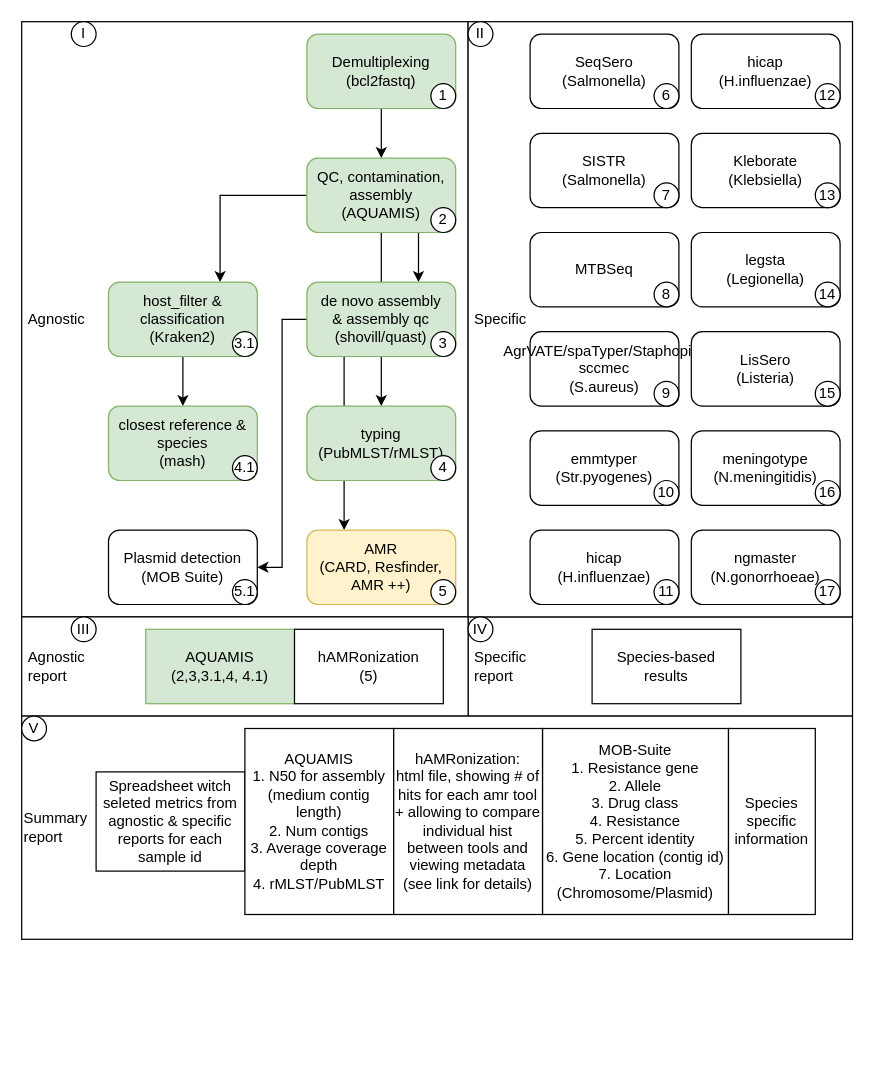
NMRL/Ardetype keeps this draw.io diagram as Agnostic_specific_pipe.drawio. Above is the earlier version. Source tidied: cells renumbered, new cells numbered last; positions are measured from the earlier drawing's top-left corner, leaving out a move shared by most shapes. Both pictures are drawn from the tidied source at 124%, with x=0, y=0 at pixel (21, 21).
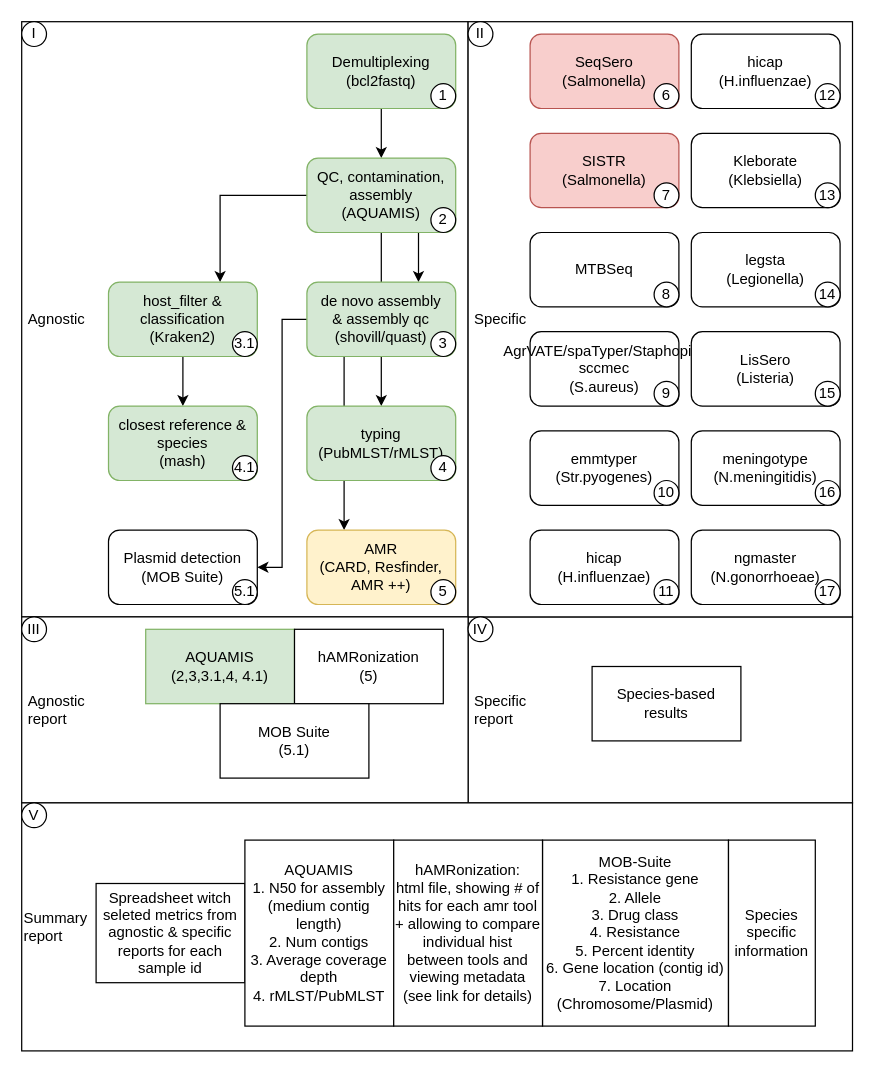
The same diagram, later.

What changed in the source:
```diff
@@
     <mxCell id="2" value="&lt;div&gt;&amp;nbsp;Specific&lt;/div&gt;&lt;div&gt;&amp;nbsp;report&lt;br&gt;&lt;/div&gt;" style="rounded=0;whiteSpace=wrap;html=1;align=left;" parent="1" vertex="1">
-      <mxGeometry x="360" y="480" width="310" height="80" as="geometry" />
+      <mxGeometry x="360" y="480" width="310" height="150" as="geometry" />
     </mxCell>
@@
-    <mxCell id="16" value="&lt;div&gt;SeqSero&lt;br&gt;(Salmonella)&lt;br&gt;&lt;/div&gt;" style="rounded=1;whiteSpace=wrap;html=1;" parent="1" vertex="1">
+    <mxCell id="16" value="&lt;div&gt;SeqSero&lt;br&gt;(Salmonella)&lt;br&gt;&lt;/div&gt;" style="rounded=1;whiteSpace=wrap;html=1;fillColor=#f8cecc;strokeColor=#b85450;" parent="1" vertex="1">
       <mxGeometry x="410" y="10" width="120" height="60" as="geometry" />
     </mxCell>
@@
-    <mxCell id="18" value="&lt;div&gt;SISTR&lt;/div&gt;(Salmonella)" style="rounded=1;whiteSpace=wrap;html=1;" parent="1" vertex="1">
+    <mxCell id="18" value="&lt;div&gt;SISTR&lt;/div&gt;(Salmonella)" style="rounded=1;whiteSpace=wrap;html=1;fillColor=#f8cecc;strokeColor=#b85450;" parent="1" vertex="1">
       <mxGeometry x="410" y="90" width="120" height="60" as="geometry" />
     </mxCell>
@@
     <mxCell id="48" value="&lt;div&gt;&amp;nbsp;Agnostic&lt;/div&gt;&lt;div&gt;&amp;nbsp;report&lt;br&gt;&lt;/div&gt;" style="rounded=0;whiteSpace=wrap;html=1;align=left;" parent="1" vertex="1">
-      <mxGeometry y="480" width="360" height="80" as="geometry" />
+      <mxGeometry y="480" width="360" height="150" as="geometry" />
     </mxCell>
     <mxCell id="49" value="Species-based results" style="rounded=0;whiteSpace=wrap;html=1;" parent="1" vertex="1">
-      <mxGeometry x="460" y="490" width="120" height="60" as="geometry" />
+      <mxGeometry x="460" y="520" width="120" height="60" as="geometry" />
     </mxCell>
@@
     <mxCell id="52" value="I" style="ellipse;whiteSpace=wrap;html=1;" parent="1" vertex="1">
-      <mxGeometry x="40" width="20" height="20" as="geometry" />
+      <mxGeometry width="20" height="20" as="geometry" />
     </mxCell>
@@
     <mxCell id="54" value="III" style="ellipse;whiteSpace=wrap;html=1;" parent="1" vertex="1">
-      <mxGeometry x="40" y="480" width="20" height="20" as="geometry" />
+      <mxGeometry y="480" width="20" height="20" as="geometry" />
     </mxCell>
@@
     <mxCell id="60" value="&lt;div&gt;Summary&lt;/div&gt;&lt;div&gt;report&lt;br&gt;&lt;/div&gt;" style="rounded=0;whiteSpace=wrap;html=1;align=left;" parent="1" vertex="1">
-      <mxGeometry y="560" width="670" height="180" as="geometry" />
+      <mxGeometry y="630" width="670" height="200" as="geometry" />
     </mxCell>
     <mxCell id="61" value="Spreadsheet witch seleted metrics from agnostic &amp;amp; specific reports for each sample id" style="rounded=0;whiteSpace=wrap;html=1;" parent="1" vertex="1">
-      <mxGeometry x="60" y="605" width="120" height="80" as="geometry" />
+      <mxGeometry x="60" y="695" width="120" height="80" as="geometry" />
     </mxCell>
     <mxCell id="62" value="&lt;div&gt;AQUAMIS&lt;br&gt;&lt;/div&gt;&lt;div&gt;1. N50 for assembly (medium contig length)&lt;br&gt;&lt;/div&gt;&lt;div&gt;2. Num contigs&lt;/div&gt;&lt;div&gt;3. Average coverage depth&lt;/div&gt;&lt;div&gt;4. rMLST/PubMLST&lt;br&gt;&lt;/div&gt;" style="rounded=0;whiteSpace=wrap;html=1;" parent="1" vertex="1">
-      <mxGeometry x="180" y="570" width="120" height="150" as="geometry" />
+      <mxGeometry x="180" y="660" width="120" height="150" as="geometry" />
     </mxCell>
     <mxCell id="63" value="&lt;div&gt;MOB-Suite&lt;br&gt;&lt;/div&gt;&lt;div&gt;1. Resistance gene&lt;br&gt;&lt;/div&gt;&lt;div&gt;2. Allele&lt;br&gt;&lt;/div&gt;&lt;div&gt;3. Drug class&lt;/div&gt;&lt;div&gt;4. Resistance&lt;/div&gt;&lt;div&gt;5. Percent identity&lt;/div&gt;&lt;div&gt;6. Gene location (contig id)&lt;/div&gt;&lt;div&gt;7. Location (Chromosome/Plasmid)&lt;br&gt;&lt;/div&gt;" style="rounded=0;whiteSpace=wrap;html=1;" parent="1" vertex="1">
-      <mxGeometry x="420" y="570" width="150" height="150" as="geometry" />
+      <mxGeometry x="420" y="660" width="150" height="150" as="geometry" />
     </mxCell>
     <mxCell id="64" value="&lt;div&gt;hAMRonization:&lt;/div&gt;&lt;div&gt;html file, showing # of hits for each amr tool + allowing to compare individual hist between tools and viewing metadata (see link for details)&lt;br&gt;&lt;/div&gt;" style="rounded=0;whiteSpace=wrap;html=1;" parent="1" vertex="1">
-      <mxGeometry x="300" y="570" width="120" height="150" as="geometry" />
+      <mxGeometry x="300" y="660" width="120" height="150" as="geometry" />
     </mxCell>
     <mxCell id="65" value="&lt;div&gt;V&lt;/div&gt;" style="ellipse;whiteSpace=wrap;html=1;" parent="1" vertex="1">
-      <mxGeometry y="560" width="20" height="20" as="geometry" />
+      <mxGeometry y="630" width="20" height="20" as="geometry" />
     </mxCell>
     <mxCell id="66" value="&lt;div&gt;Species specific information&lt;/div&gt;" style="rounded=0;whiteSpace=wrap;html=1;" parent="1" vertex="1">
-      <mxGeometry x="570" y="570" width="70" height="150" as="geometry" />
+      <mxGeometry x="570" y="660" width="70" height="150" as="geometry" />
     </mxCell>
+    <mxCell id="67" value="MOB Suite&lt;br&gt;(5.1)" style="rounded=0;whiteSpace=wrap;html=1;" parent="1" vertex="1">
+      <mxGeometry x="160" y="550" width="120" height="60" as="geometry" />
+    </mxCell>
```
